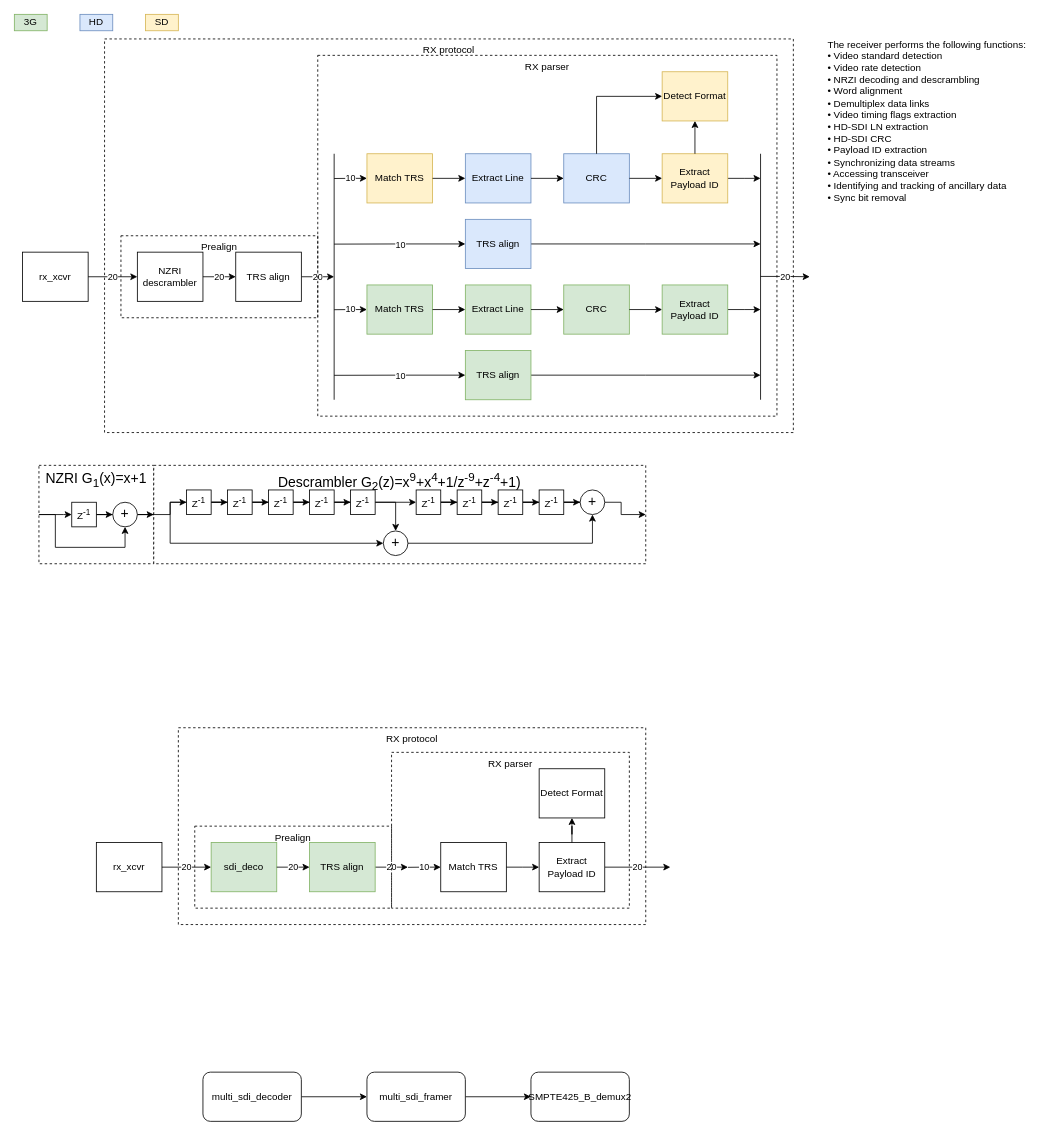
GedSid/SDI keeps this draw.io diagram as page "rx" (2 of 4) of doc/SDI.drawio. Above is the earlier version. Source tidied: cells renumbered, new cells numbered last; positions are measured from the earlier drawing's top-left corner, leaving out a move shared by most shapes. Both pictures are drawn from the tidied source at 82%, with x=0, y=0 at pixel (14, 14).
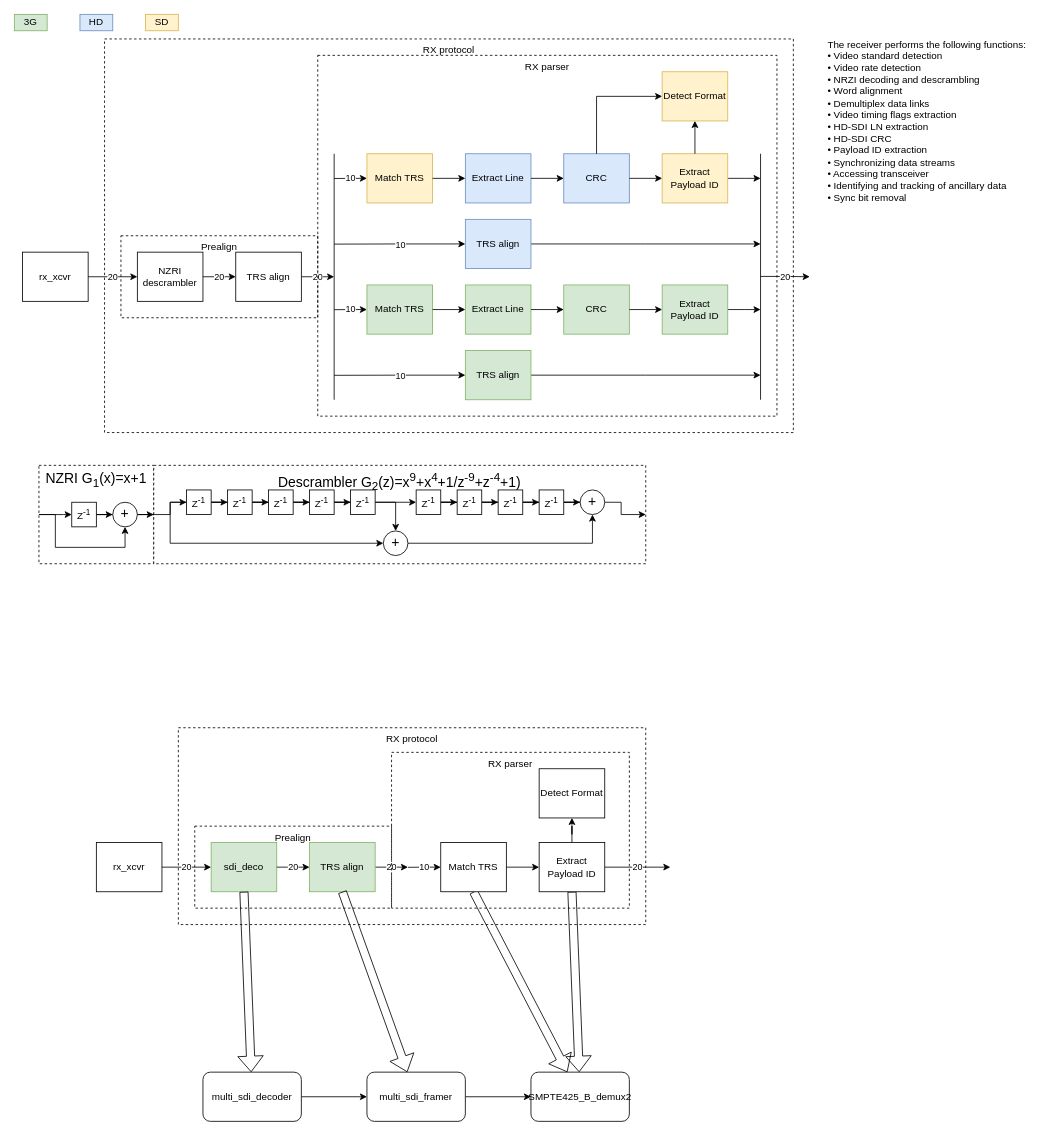
The same page after the edit.

The change refers to these unchanged cells:
```xml
<mxCell id="84" value="sdi_deco" style="rounded=0;whiteSpace=wrap;html=1;fillColor=#d5e8d4;strokeColor=#82b366;" parent="82" vertex="1">
  <mxGeometry x="20" y="20" width="80" height="60" as="geometry" />
</mxCell>
<mxCell id="86" value="TRS align" style="rounded=0;whiteSpace=wrap;html=1;fillColor=#d5e8d4;strokeColor=#82b366;" parent="82" vertex="1">
  <mxGeometry x="140" y="20" width="80" height="60" as="geometry" />
</mxCell>
<mxCell id="91" value="Match TRS" style="rounded=0;whiteSpace=wrap;html=1;" parent="1" vertex="1">
  <mxGeometry x="520" y="1010" width="80" height="60" as="geometry" />
</mxCell>
<mxCell id="94" value="Extract Payload ID" style="rounded=0;whiteSpace=wrap;html=1;" parent="1" vertex="1">
  <mxGeometry x="640" y="1010" width="80" height="60" as="geometry" />
</mxCell>
<mxCell id="98" value="multi_sdi_decoder" style="rounded=1;whiteSpace=wrap;html=1;" parent="1" vertex="1">
  <mxGeometry x="230" y="1290" width="120" height="60" as="geometry" />
</mxCell>
<mxCell id="100" value="multi_sdi_framer" style="rounded=1;whiteSpace=wrap;html=1;" parent="1" vertex="1">
  <mxGeometry x="430" y="1290" width="120" height="60" as="geometry" />
</mxCell>
<mxCell id="101" value="SMPTE425_B_demux2" style="rounded=1;whiteSpace=wrap;html=1;" parent="1" vertex="1">
  <mxGeometry x="630" y="1290" width="120" height="60" as="geometry" />
</mxCell>
```

Diff of the diagram source:
```diff
@@
+    <mxCell id="102" style="rounded=0;jettySize=auto;html=1;exitX=0.5;exitY=1;exitDx=0;exitDy=0;shape=flexArrow;" parent="1" edge="1" source="91" target="101">
+      <mxGeometry relative="1" as="geometry" />
+    </mxCell>
@@
+    <mxCell id="103" style="edgeStyle=none;shape=flexArrow;rounded=0;jettySize=auto;html=1;exitX=0.5;exitY=1;exitDx=0;exitDy=0;" parent="1" edge="1" source="94" target="101">
+      <mxGeometry relative="1" as="geometry" />
+    </mxCell>
@@
+    <mxCell id="104" style="rounded=0;jettySize=auto;html=1;exitX=0.5;exitY=1;exitDx=0;exitDy=0;shape=flexArrow;" parent="1" edge="1" source="86" target="100">
+      <mxGeometry relative="1" as="geometry" />
+    </mxCell>
+    <mxCell id="105" style="rounded=0;jettySize=auto;html=1;exitX=0.5;exitY=1;exitDx=0;exitDy=0;shape=flexArrow;" parent="1" edge="1" source="84" target="98">
+      <mxGeometry relative="1" as="geometry" />
+    </mxCell>
```
